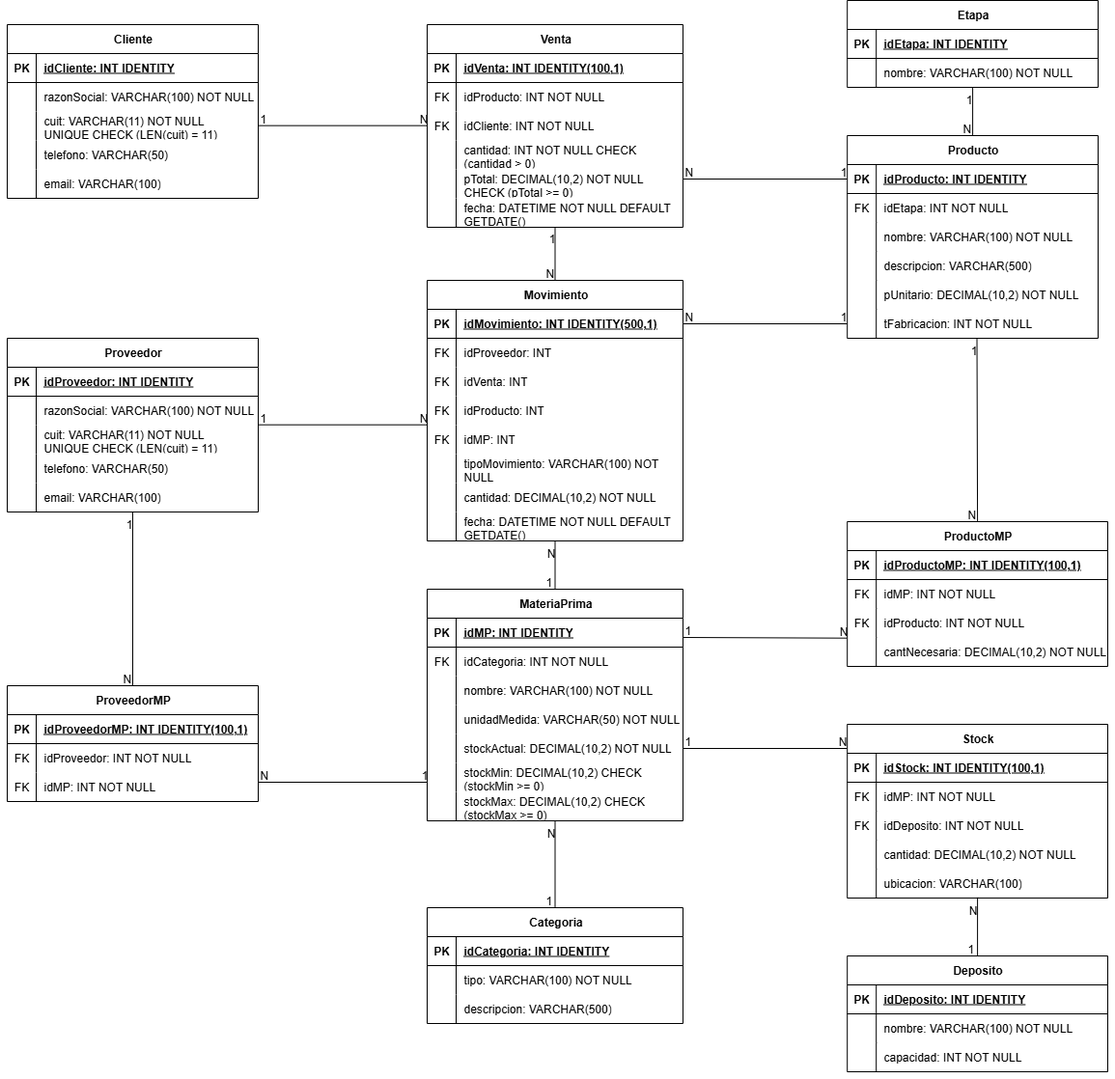
Above: diagramas/modelo_fisico.png in FacundoMuruchi/BD-Fabrica-Metalurgica (draw.io), before the change. Source tidied: cells renumbered, new cells last; positions are measured from the earlier drawing's top-left corner, leaving out a move shared by most shapes.
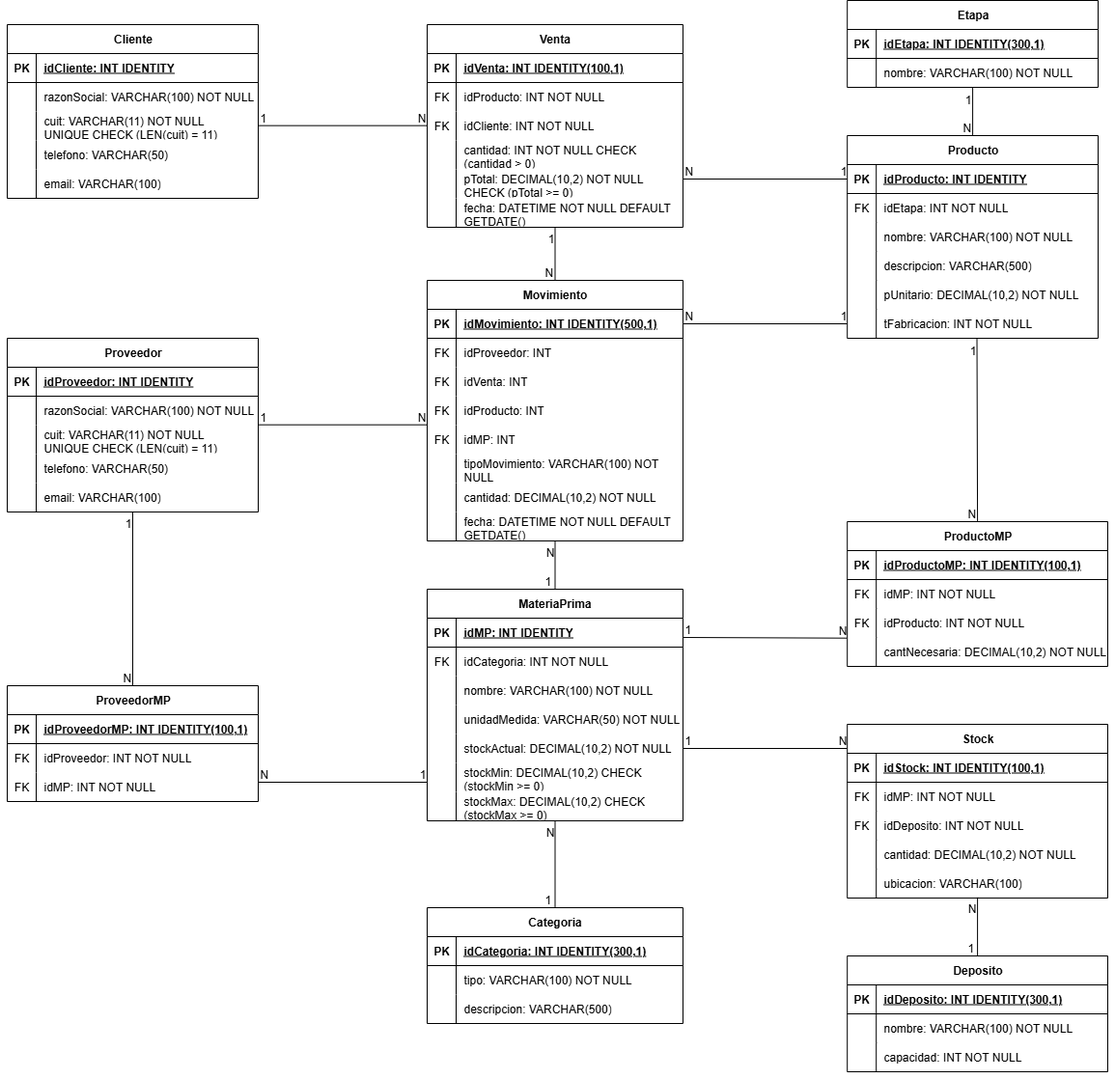
After the commit.

Commit message:
añadir identity de 300 para auxiliares

Change to the diagram source:
```diff
@@ -125,7 +125,7 @@
     <mxCell id="42" value="PK" style="shape=partialRectangle;fillColor=none;top=0;left=0;bottom=0;right=0;fontStyle=1;overflow=hidden;whiteSpace=wrap;html=1;" parent="41" vertex="1">
       <mxGeometry width="30" height="30" as="geometry" />
     </mxCell>
-    <mxCell id="43" value="idCategoria: INT IDENTITY" style="shape=partialRectangle;fillColor=none;top=0;left=0;bottom=0;right=0;align=left;spacingLeft=6;fontStyle=5;overflow=hidden;whiteSpace=wrap;html=1;" parent="41" vertex="1">
+    <mxCell id="43" value="idCategoria: INT IDENTITY(300,1)" style="shape=partialRectangle;fillColor=none;top=0;left=0;bottom=0;right=0;align=left;spacingLeft=6;fontStyle=5;overflow=hidden;whiteSpace=wrap;html=1;" parent="41" vertex="1">
       <mxGeometry x="30" width="235" height="30" as="geometry" />
     </mxCell>
     <mxCell id="44" style="shape=tableRow;horizontal=0;startSize=0;swimlaneHead=0;swimlaneBody=0;fillColor=none;top=0;left=0;right=0;bottom=0;" parent="40" vertex="1">
@@ -155,7 +155,7 @@
     <mxCell id="52" value="PK" style="shape=partialRectangle;fillColor=none;top=0;left=0;bottom=0;right=0;fontStyle=1;overflow=hidden;whiteSpace=wrap;html=1;" parent="51" vertex="1">
       <mxGeometry width="30" height="30" as="geometry" />
     </mxCell>
-    <mxCell id="53" value="idDeposito: INT IDENTITY" style="shape=partialRectangle;fillColor=none;top=0;left=0;bottom=0;right=0;align=left;spacingLeft=6;fontStyle=5;overflow=hidden;whiteSpace=wrap;html=1;" parent="51" vertex="1">
+    <mxCell id="53" value="idDeposito: INT IDENTITY(300,1)" style="shape=partialRectangle;fillColor=none;top=0;left=0;bottom=0;right=0;align=left;spacingLeft=6;fontStyle=5;overflow=hidden;whiteSpace=wrap;html=1;" parent="51" vertex="1">
       <mxGeometry x="30" width="239.8" height="30" as="geometry" />
     </mxCell>
     <mxCell id="54" style="shape=tableRow;horizontal=0;startSize=0;swimlaneHead=0;swimlaneBody=0;fillColor=none;top=0;left=0;right=0;bottom=0;" parent="50" vertex="1">
@@ -332,7 +332,7 @@
     <mxCell id="110" value="PK" style="shape=partialRectangle;fillColor=none;top=0;left=0;bottom=0;right=0;fontStyle=1;overflow=hidden;whiteSpace=wrap;html=1;" parent="109" vertex="1">
       <mxGeometry width="30" height="30" as="geometry" />
     </mxCell>
-    <mxCell id="111" value="idEtapa: INT IDENTITY" style="shape=partialRectangle;fillColor=none;top=0;left=0;bottom=0;right=0;align=left;spacingLeft=6;fontStyle=5;overflow=hidden;whiteSpace=wrap;html=1;" parent="109" vertex="1">
+    <mxCell id="111" value="idEtapa: INT IDENTITY(300,1)" style="shape=partialRectangle;fillColor=none;top=0;left=0;bottom=0;right=0;align=left;spacingLeft=6;fontStyle=5;overflow=hidden;whiteSpace=wrap;html=1;" parent="109" vertex="1">
       <mxGeometry x="30" width="229.8" height="30" as="geometry" />
     </mxCell>
     <mxCell id="112" style="shape=tableRow;horizontal=0;startSize=0;swimlaneHead=0;swimlaneBody=0;fillColor=none;top=0;left=0;right=0;bottom=0;" parent="108" vertex="1">
```
